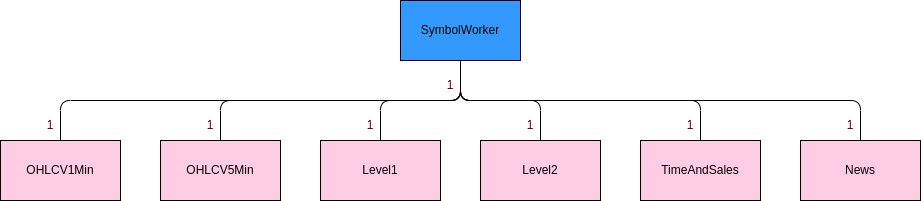
This is images/symbol_worker_composite_class.png from IanAtDazed/ray-streamer, a draw.io export, as it was before one commit. Source tidied: cells renumbered, new cells last; positions are measured from the earlier drawing's top-left corner, leaving out a move shared by most shapes.
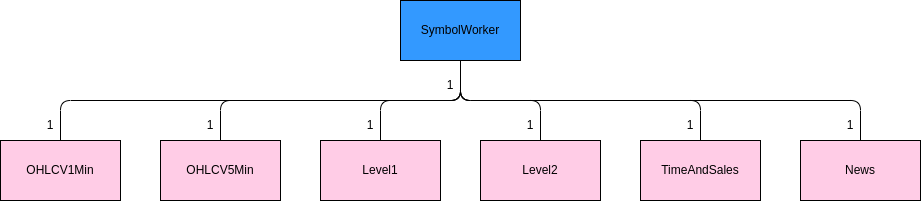
The same diagram one commit later.

Commit message:
Font color updated

Change to the diagram source:
```diff
@@ -71,25 +71,25 @@
         </Array>
       </mxGeometry>
     </mxCell>
-    <mxCell id="15" value="&lt;font color=&quot;#660000&quot;&gt;1&lt;/font&gt;" style="text;html=1;strokeColor=none;fillColor=none;align=center;verticalAlign=middle;whiteSpace=wrap;rounded=0;fontColor=#000000;" parent="1" vertex="1">
+    <mxCell id="15" value="1" style="text;html=1;strokeColor=none;fillColor=none;align=center;verticalAlign=middle;whiteSpace=wrap;rounded=0;fontColor=#000000;" parent="1" vertex="1">
       <mxGeometry x="200" y="110" width="20" height="30" as="geometry" />
     </mxCell>
-    <mxCell id="16" value="&lt;font color=&quot;#660000&quot;&gt;1&lt;/font&gt;" style="text;html=1;strokeColor=none;fillColor=none;align=center;verticalAlign=middle;whiteSpace=wrap;rounded=0;fontColor=#000000;" parent="1" vertex="1">
+    <mxCell id="16" value="1" style="text;html=1;strokeColor=none;fillColor=none;align=center;verticalAlign=middle;whiteSpace=wrap;rounded=0;fontColor=#000000;" parent="1" vertex="1">
       <mxGeometry x="40" y="110" width="20" height="30" as="geometry" />
     </mxCell>
-    <mxCell id="17" value="&lt;font color=&quot;#660000&quot;&gt;1&lt;/font&gt;" style="text;html=1;strokeColor=none;fillColor=none;align=center;verticalAlign=middle;whiteSpace=wrap;rounded=0;fontColor=#000000;" parent="1" vertex="1">
+    <mxCell id="17" value="1" style="text;html=1;strokeColor=none;fillColor=none;align=center;verticalAlign=middle;whiteSpace=wrap;rounded=0;fontColor=#000000;" parent="1" vertex="1">
       <mxGeometry x="440" y="70" width="20" height="30" as="geometry" />
     </mxCell>
-    <mxCell id="18" value="&lt;font color=&quot;#660000&quot;&gt;1&lt;/font&gt;" style="text;html=1;strokeColor=none;fillColor=none;align=center;verticalAlign=middle;whiteSpace=wrap;rounded=0;fontColor=#000000;" parent="1" vertex="1">
+    <mxCell id="18" value="1" style="text;html=1;strokeColor=none;fillColor=none;align=center;verticalAlign=middle;whiteSpace=wrap;rounded=0;fontColor=#000000;" parent="1" vertex="1">
       <mxGeometry x="360" y="110" width="20" height="30" as="geometry" />
     </mxCell>
-    <mxCell id="19" value="&lt;font color=&quot;#660000&quot;&gt;1&lt;/font&gt;" style="text;html=1;strokeColor=none;fillColor=none;align=center;verticalAlign=middle;whiteSpace=wrap;rounded=0;fontColor=#000000;" parent="1" vertex="1">
+    <mxCell id="19" value="1" style="text;html=1;strokeColor=none;fillColor=none;align=center;verticalAlign=middle;whiteSpace=wrap;rounded=0;fontColor=#000000;" parent="1" vertex="1">
       <mxGeometry x="840" y="110" width="20" height="30" as="geometry" />
     </mxCell>
-    <mxCell id="20" value="&lt;font color=&quot;#660000&quot;&gt;1&lt;/font&gt;" style="text;html=1;strokeColor=none;fillColor=none;align=center;verticalAlign=middle;whiteSpace=wrap;rounded=0;fontColor=#000000;" parent="1" vertex="1">
+    <mxCell id="20" value="1" style="text;html=1;strokeColor=none;fillColor=none;align=center;verticalAlign=middle;whiteSpace=wrap;rounded=0;fontColor=#000000;" parent="1" vertex="1">
       <mxGeometry x="680" y="110" width="20" height="30" as="geometry" />
     </mxCell>
-    <mxCell id="21" value="&lt;font color=&quot;#660000&quot;&gt;1&lt;/font&gt;" style="text;html=1;strokeColor=none;fillColor=none;align=center;verticalAlign=middle;whiteSpace=wrap;rounded=0;fontColor=#000000;" parent="1" vertex="1">
+    <mxCell id="21" value="1" style="text;html=1;strokeColor=none;fillColor=none;align=center;verticalAlign=middle;whiteSpace=wrap;rounded=0;fontColor=#000000;" parent="1" vertex="1">
       <mxGeometry x="520" y="110" width="20" height="30" as="geometry" />
     </mxCell>
   </root>
```
